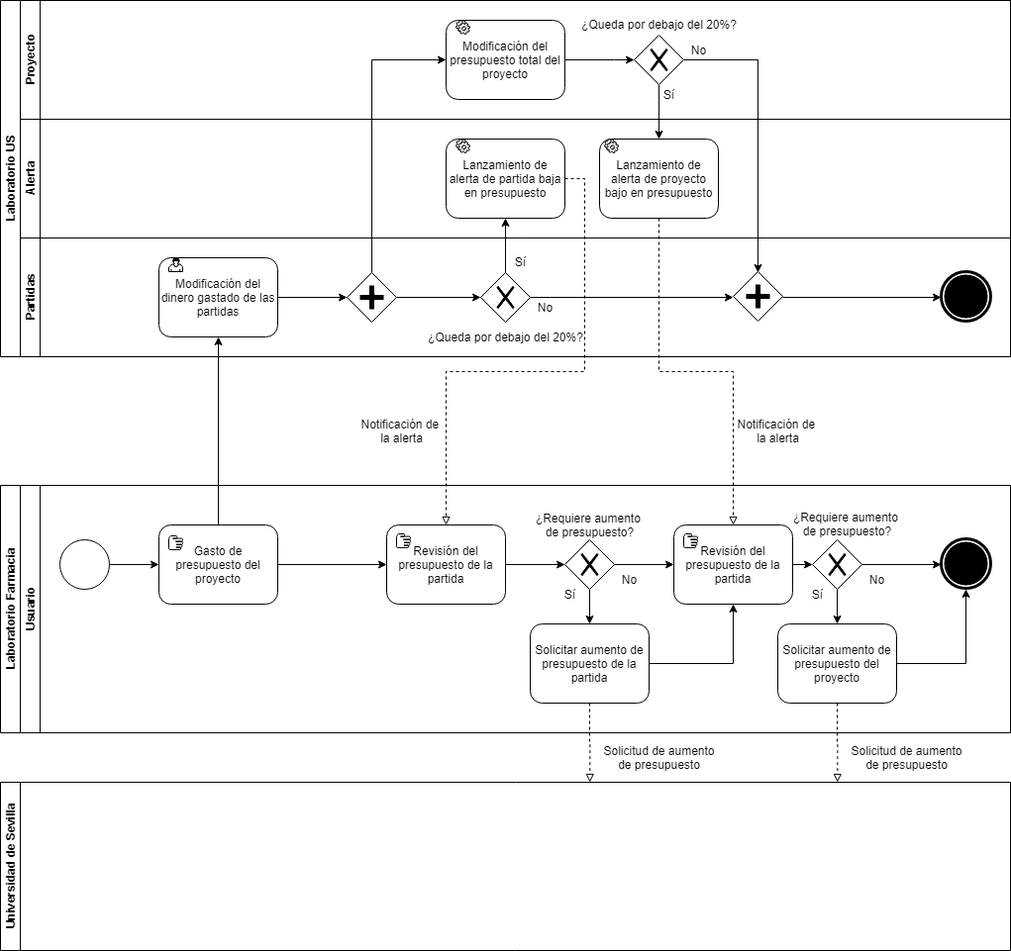
Franbr31/IR-project keeps this draw.io diagram as Imágenes BPMN/ModificarPartidaAlGastarBPMN-Implantar.png. Above is the earlier version. Source tidied: cells renumbered, new cells last; positions are measured from the earlier drawing's top-left corner, leaving out a move shared by most shapes.
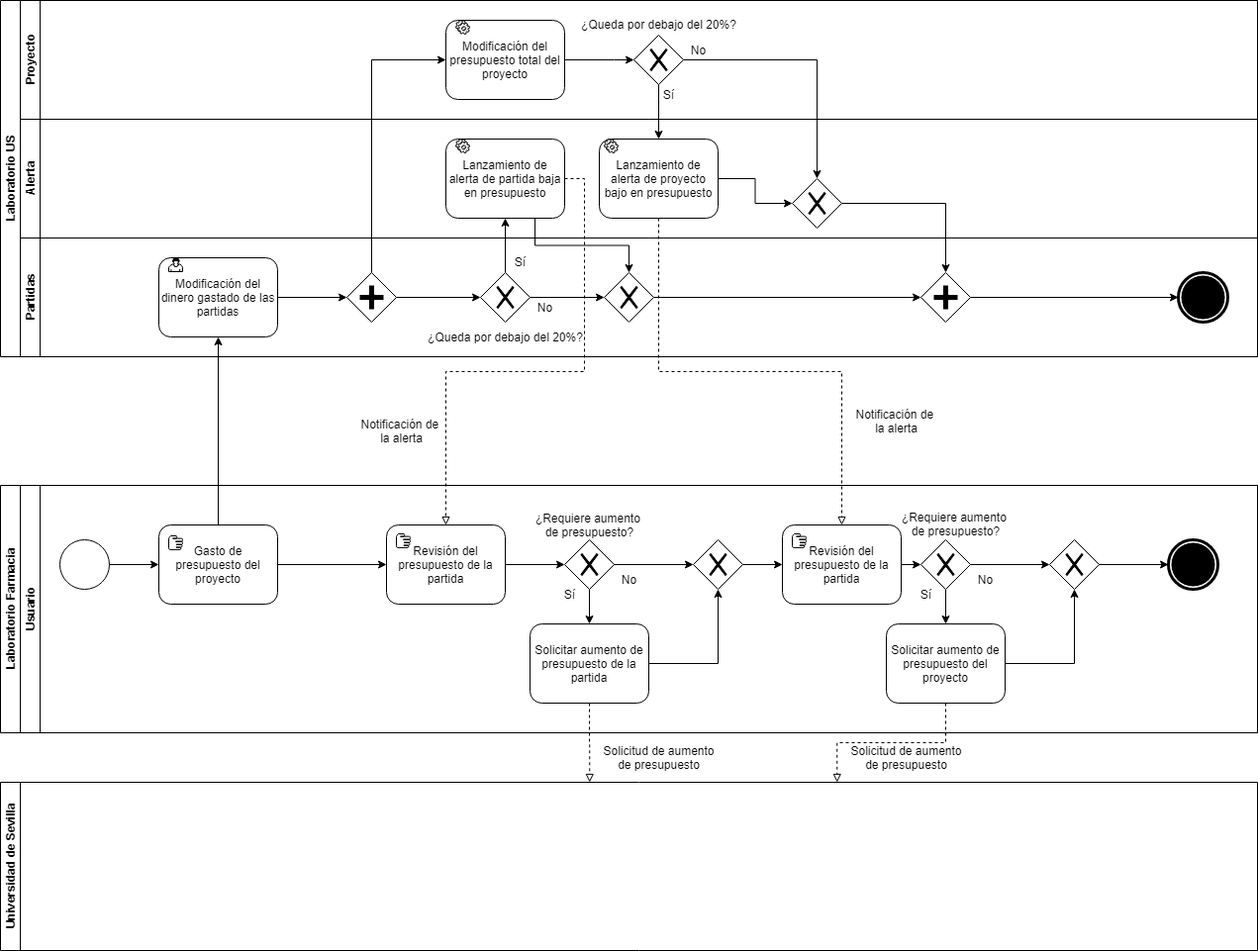
The same diagram one commit later.

The edit, as a diff of the source:
```diff
@@ -3,7 +3,7 @@
     <mxCell id="0" />
     <mxCell id="1" parent="0" />
     <mxCell id="2" value="Laboratorio US" style="swimlane;html=1;horizontal=0;startSize=20;" parent="1" vertex="1">
-      <mxGeometry width="1020" height="360" as="geometry" />
+      <mxGeometry width="1270" height="360" as="geometry" />
     </mxCell>
     <mxCell id="3" style="edgeStyle=orthogonalEdgeStyle;rounded=0;jettySize=auto;html=1;exitX=0.5;exitY=0;exitDx=0;exitDy=0;entryX=0.5;entryY=1;entryDx=0;entryDy=0;" parent="2" edge="1" target="13">
       <mxGeometry relative="1" as="geometry">
@@ -11,7 +11,7 @@
       </mxGeometry>
     </mxCell>
     <mxCell id="4" value="Proyecto" style="swimlane;html=1;startSize=20;horizontal=0;" parent="2" vertex="1">
-      <mxGeometry x="20" width="1000" height="120" as="geometry" />
+      <mxGeometry x="20" width="1250" height="120" as="geometry" />
     </mxCell>
     <mxCell id="5" style="edgeStyle=orthogonalEdgeStyle;rounded=0;jettySize=auto;html=1;exitX=1;exitY=0.5;exitDx=0;exitDy=0;" parent="4" edge="1" source="6">
       <mxGeometry relative="1" as="geometry">
@@ -41,7 +41,7 @@
       <mxGeometry x="620" y="35" width="50" height="50" as="geometry" />
     </mxCell>
     <mxCell id="12" value="Alerta" style="swimlane;html=1;startSize=20;horizontal=0;" parent="2" vertex="1">
-      <mxGeometry x="20" y="120" width="1000" height="120" as="geometry" />
+      <mxGeometry x="20" y="120" width="1250" height="120" as="geometry" />
     </mxCell>
     <mxCell id="13" value="Lanzamiento de alerta de partida baja en presupuesto" style="shape=ext;rounded=1;html=1;whiteSpace=wrap;" parent="12" vertex="1">
       <mxGeometry x="430" y="20" width="120" height="80" as="geometry" />
@@ -55,8 +55,14 @@
     <mxCell id="16" style="shape=mxgraph.bpmn.service_task;html=1;" parent="12" vertex="1">
       <mxGeometry x="590" y="20" width="14" height="14" as="geometry" />
     </mxCell>
+    <mxCell id="74" style="shape=mxgraph.bpmn.shape;html=1;verticalLabelPosition=bottom;labelBackgroundColor=#ffffff;verticalAlign=top;align=center;perimeter=rhombusPerimeter;background=gateway;outlineConnect=0;outline=none;symbol=exclusiveGw;" parent="12" vertex="1">
+      <mxGeometry x="780" y="60" width="50" height="50" as="geometry" />
+    </mxCell>
+    <mxCell id="75" style="edgeStyle=orthogonalEdgeStyle;rounded=0;jettySize=auto;html=1;exitX=1;exitY=0.5;exitDx=0;exitDy=0;entryX=0;entryY=0.5;entryDx=0;entryDy=0;" parent="12" edge="1" source="15" target="74">
+      <mxGeometry relative="1" as="geometry" />
+    </mxCell>
     <mxCell id="17" value="Partidas" style="swimlane;html=1;startSize=20;horizontal=0;" parent="2" vertex="1">
-      <mxGeometry x="20" y="240" width="1000" height="120" as="geometry" />
+      <mxGeometry x="20" y="240" width="1250" height="120" as="geometry" />
     </mxCell>
     <mxCell id="18" style="edgeStyle=orthogonalEdgeStyle;rounded=0;jettySize=auto;html=1;exitX=1;exitY=0.5;exitDx=0;exitDy=0;entryX=0;entryY=0.5;entryDx=0;entryDy=0;" parent="17" edge="1" source="19">
       <mxGeometry relative="1" as="geometry">
@@ -69,24 +75,12 @@
     <mxCell id="20" style="shape=mxgraph.bpmn.user_task;html=1;" parent="17" vertex="1">
       <mxGeometry x="150" y="20" width="14" height="14" as="geometry" />
     </mxCell>
-    <mxCell id="21" style="edgeStyle=orthogonalEdgeStyle;rounded=0;orthogonalLoop=1;jettySize=auto;html=1;exitX=1;exitY=0.5;exitDx=0;exitDy=0;entryX=0;entryY=0.5;entryDx=0;entryDy=0;" parent="17" edge="1">
-      <mxGeometry relative="1" as="geometry">
-        <mxPoint x="515" y="60" as="sourcePoint" />
-        <mxPoint x="720" y="60" as="targetPoint" />
-      </mxGeometry>
-    </mxCell>
     <mxCell id="22" style="edgeStyle=orthogonalEdgeStyle;rounded=0;orthogonalLoop=1;jettySize=auto;html=1;exitX=1;exitY=0.5;exitDx=0;exitDy=0;" parent="17" edge="1">
       <mxGeometry relative="1" as="geometry">
         <mxPoint x="380" y="60" as="sourcePoint" />
         <mxPoint x="465" y="60" as="targetPoint" />
       </mxGeometry>
     </mxCell>
-    <mxCell id="23" style="edgeStyle=orthogonalEdgeStyle;rounded=0;orthogonalLoop=1;jettySize=auto;html=1;exitX=1;exitY=0.5;exitDx=0;exitDy=0;entryX=0;entryY=0.5;entryDx=0;entryDy=0;" parent="17" edge="1">
-      <mxGeometry relative="1" as="geometry">
-        <mxPoint x="770" y="60" as="sourcePoint" />
-        <mxPoint x="930" y="60" as="targetPoint" />
-      </mxGeometry>
-    </mxCell>
     <mxCell id="24" value="¿Queda por debajo del 20%?" style="text;html=1;align=center;verticalAlign=middle;" parent="17" vertex="1">
       <mxGeometry x="405" y="90" width="170" height="20" as="geometry" />
     </mxCell>
@@ -97,17 +91,29 @@
       <mxGeometry x="515" y="60" width="30" height="20" as="geometry" />
     </mxCell>
     <mxCell id="27" style="shape=mxgraph.bpmn.shape;html=1;verticalLabelPosition=bottom;labelBackgroundColor=#ffffff;verticalAlign=top;align=center;perimeter=ellipsePerimeter;outlineConnect=0;outline=end;symbol=terminate;" parent="17" vertex="1">
-      <mxGeometry x="930" y="34" width="50" height="50" as="geometry" />
+      <mxGeometry x="1170" y="35" width="50" height="50" as="geometry" />
     </mxCell>
+    <mxCell id="76" style="edgeStyle=orthogonalEdgeStyle;rounded=0;jettySize=auto;html=1;exitX=1;exitY=0.5;exitDx=0;exitDy=0;entryX=0;entryY=0.5;entryDx=0;entryDy=0;" parent="17" edge="1" source="28" target="79">
+      <mxGeometry relative="1" as="geometry" />
+    </mxCell>
     <mxCell id="28" style="shape=mxgraph.bpmn.shape;html=1;verticalLabelPosition=bottom;labelBackgroundColor=#ffffff;verticalAlign=top;align=center;perimeter=rhombusPerimeter;background=gateway;outlineConnect=0;outline=none;symbol=exclusiveGw;" parent="17" vertex="1">
       <mxGeometry x="465" y="35" width="50" height="50" as="geometry" />
     </mxCell>
     <mxCell id="29" style="shape=mxgraph.bpmn.shape;html=1;verticalLabelPosition=bottom;labelBackgroundColor=#ffffff;verticalAlign=top;align=center;perimeter=rhombusPerimeter;background=gateway;outline=none;symbol=parallelGw;" parent="17" vertex="1">
       <mxGeometry x="330" y="35" width="50" height="50" as="geometry" />
     </mxCell>
+    <mxCell id="77" style="edgeStyle=orthogonalEdgeStyle;rounded=0;jettySize=auto;html=1;exitX=1;exitY=0.5;exitDx=0;exitDy=0;entryX=0;entryY=0.5;entryDx=0;entryDy=0;" parent="17" edge="1" source="30" target="27">
+      <mxGeometry relative="1" as="geometry" />
+    </mxCell>
     <mxCell id="30" style="shape=mxgraph.bpmn.shape;html=1;verticalLabelPosition=bottom;labelBackgroundColor=#ffffff;verticalAlign=top;align=center;perimeter=rhombusPerimeter;background=gateway;outlineConnect=0;outline=none;symbol=parallelGw;" parent="17" vertex="1">
-      <mxGeometry x="720" y="34" width="50" height="50" as="geometry" />
+      <mxGeometry x="910" y="35" width="50" height="50" as="geometry" />
     </mxCell>
+    <mxCell id="78" style="edgeStyle=orthogonalEdgeStyle;rounded=0;jettySize=auto;html=1;exitX=1;exitY=0.5;exitDx=0;exitDy=0;entryX=0;entryY=0.5;entryDx=0;entryDy=0;" parent="17" edge="1" source="79" target="30">
+      <mxGeometry relative="1" as="geometry" />
+    </mxCell>
+    <mxCell id="79" style="shape=mxgraph.bpmn.shape;html=1;verticalLabelPosition=bottom;labelBackgroundColor=#ffffff;verticalAlign=top;align=center;perimeter=rhombusPerimeter;background=gateway;outlineConnect=0;outline=none;symbol=exclusiveGw;" parent="17" vertex="1">
+      <mxGeometry x="590" y="35" width="50" height="50" as="geometry" />
+    </mxCell>
     <mxCell id="31" style="edgeStyle=orthogonalEdgeStyle;rounded=0;jettySize=auto;html=1;exitX=0.5;exitY=0;exitDx=0;exitDy=0;entryX=0;entryY=0.5;entryDx=0;entryDy=0;" parent="2" edge="1" target="6">
       <mxGeometry relative="1" as="geometry">
         <mxPoint x="375" y="275" as="sourcePoint" />
@@ -121,17 +127,22 @@
         <mxPoint x="665" y="85" as="sourcePoint" />
       </mxGeometry>
     </mxCell>
-    <mxCell id="33" style="edgeStyle=orthogonalEdgeStyle;rounded=0;orthogonalLoop=1;jettySize=auto;html=1;exitX=1;exitY=0.5;exitDx=0;exitDy=0;entryX=0.5;entryY=0;entryDx=0;entryDy=0;" parent="2" edge="1">
+    <mxCell id="33" style="edgeStyle=orthogonalEdgeStyle;rounded=0;jettySize=auto;html=1;exitX=1;exitY=0.5;exitDx=0;exitDy=0;entryX=0.5;entryY=0;entryDx=0;entryDy=0;" parent="2" edge="1" target="74">
       <mxGeometry relative="1" as="geometry">
         <mxPoint x="690" y="60" as="sourcePoint" />
-        <mxPoint x="765" y="275" as="targetPoint" />
       </mxGeometry>
     </mxCell>
+    <mxCell id="80" style="edgeStyle=orthogonalEdgeStyle;rounded=0;jettySize=auto;html=1;exitX=0.75;exitY=1;exitDx=0;exitDy=0;entryX=0.5;entryY=0;entryDx=0;entryDy=0;" parent="2" edge="1" source="13" target="79">
+      <mxGeometry relative="1" as="geometry" />
+    </mxCell>
+    <mxCell id="81" style="edgeStyle=orthogonalEdgeStyle;rounded=0;jettySize=auto;html=1;exitX=1;exitY=0.5;exitDx=0;exitDy=0;entryX=0.5;entryY=0;entryDx=0;entryDy=0;" parent="2" edge="1" source="74" target="30">
+      <mxGeometry relative="1" as="geometry" />
+    </mxCell>
     <mxCell id="34" value="Laboratorio Farmacia" style="swimlane;html=1;horizontal=0;startSize=20;" parent="1" vertex="1">
-      <mxGeometry y="490" width="1020" height="250" as="geometry" />
+      <mxGeometry y="490" width="1270" height="250" as="geometry" />
     </mxCell>
     <mxCell id="35" value="Usuario" style="swimlane;html=1;startSize=20;horizontal=0;" parent="34" vertex="1">
-      <mxGeometry x="20" width="1000" height="250" as="geometry" />
+      <mxGeometry x="20" width="1250" height="250" as="geometry" />
     </mxCell>
     <mxCell id="36" style="edgeStyle=orthogonalEdgeStyle;rounded=0;jettySize=auto;html=1;exitX=1;exitY=0.5;exitDx=0;exitDy=0;entryX=0;entryY=0.5;entryDx=0;entryDy=0;" parent="35" edge="1" target="37">
       <mxGeometry relative="1" as="geometry">
@@ -160,20 +171,15 @@
     </mxCell>
     <mxCell id="43" style="edgeStyle=orthogonalEdgeStyle;rounded=0;jettySize=auto;html=1;exitX=1;exitY=0.5;exitDx=0;exitDy=0;entryX=0;entryY=0.5;entryDx=0;entryDy=0;endArrow=classic;endFill=1;" parent="35" edge="1" source="44">
       <mxGeometry relative="1" as="geometry">
-        <mxPoint x="800" y="80" as="targetPoint" />
+        <mxPoint x="910" y="80" as="targetPoint" />
       </mxGeometry>
     </mxCell>
     <mxCell id="44" value="Revisión del presupuesto de la partida" style="shape=ext;rounded=1;html=1;whiteSpace=wrap;" parent="35" vertex="1">
-      <mxGeometry x="660" y="40" width="120" height="80" as="geometry" />
+      <mxGeometry x="770" y="40" width="120" height="80" as="geometry" />
     </mxCell>
     <mxCell id="45" style="shape=mxgraph.bpmn.manual_task;html=1;" parent="35" vertex="1">
-      <mxGeometry x="670" y="49" width="14" height="14" as="geometry" />
+      <mxGeometry x="780" y="49" width="14" height="14" as="geometry" />
     </mxCell>
-    <mxCell id="46" style="edgeStyle=orthogonalEdgeStyle;rounded=0;jettySize=auto;html=1;exitX=1;exitY=0.5;exitDx=0;exitDy=0;entryX=0;entryY=0.5;entryDx=0;entryDy=0;endArrow=classic;endFill=1;" parent="35" edge="1" target="44">
-      <mxGeometry relative="1" as="geometry">
-        <mxPoint x="600" y="80" as="sourcePoint" />
-      </mxGeometry>
-    </mxCell>
     <mxCell id="47" style="edgeStyle=orthogonalEdgeStyle;rounded=0;jettySize=auto;html=1;exitX=0.5;exitY=1;exitDx=0;exitDy=0;entryX=0.5;entryY=0;entryDx=0;entryDy=0;endArrow=classic;endFill=1;" parent="35" edge="1" target="51">
       <mxGeometry relative="1" as="geometry">
         <mxPoint x="575" y="105" as="sourcePoint" />
@@ -181,31 +187,31 @@
     </mxCell>
     <mxCell id="48" style="edgeStyle=orthogonalEdgeStyle;rounded=0;orthogonalLoop=1;jettySize=auto;html=1;exitX=1;exitY=0.5;exitDx=0;exitDy=0;entryX=0;entryY=0.5;entryDx=0;entryDy=0;endArrow=classic;endFill=1;" parent="35" edge="1">
       <mxGeometry relative="1" as="geometry">
-        <mxPoint x="850" y="80" as="sourcePoint" />
-        <mxPoint x="930" y="80" as="targetPoint" />
+        <mxPoint x="960" y="80" as="sourcePoint" />
+        <mxPoint x="1040" y="80" as="targetPoint" />
       </mxGeometry>
     </mxCell>
     <mxCell id="49" style="edgeStyle=orthogonalEdgeStyle;rounded=0;jettySize=auto;html=1;exitX=0.5;exitY=1;exitDx=0;exitDy=0;entryX=0.5;entryY=0;entryDx=0;entryDy=0;endArrow=classic;endFill=1;" parent="35" edge="1" target="53">
       <mxGeometry relative="1" as="geometry">
-        <mxPoint x="825" y="105" as="sourcePoint" />
+        <mxPoint x="935" y="105" as="sourcePoint" />
       </mxGeometry>
     </mxCell>
-    <mxCell id="50" style="edgeStyle=orthogonalEdgeStyle;rounded=0;jettySize=auto;html=1;exitX=1;exitY=0.5;exitDx=0;exitDy=0;entryX=0.5;entryY=1;entryDx=0;entryDy=0;endArrow=classic;endFill=1;" parent="35" edge="1" source="51" target="44">
-      <mxGeometry relative="1" as="geometry" />
-    </mxCell>
+    <mxCell id="82" style="edgeStyle=orthogonalEdgeStyle;rounded=0;jettySize=auto;html=1;exitX=1;exitY=0.5;exitDx=0;exitDy=0;entryX=0.5;entryY=1;entryDx=0;entryDy=0;" parent="35" edge="1" source="51" target="85">
+      <mxGeometry relative="1" as="geometry" />
+    </mxCell>
     <mxCell id="51" value="Solicitar aumento de presupuesto de la partida" style="shape=ext;rounded=1;html=1;whiteSpace=wrap;" parent="35" vertex="1">
       <mxGeometry x="515" y="140" width="120" height="80" as="geometry" />
     </mxCell>
     <mxCell id="52" style="edgeStyle=orthogonalEdgeStyle;rounded=0;jettySize=auto;html=1;exitX=1;exitY=0.5;exitDx=0;exitDy=0;entryX=0.5;entryY=1;entryDx=0;entryDy=0;endArrow=classic;endFill=1;" parent="35" edge="1" source="53">
       <mxGeometry relative="1" as="geometry">
-        <mxPoint x="955" y="105" as="targetPoint" />
+        <mxPoint x="1065" y="105" as="targetPoint" />
       </mxGeometry>
     </mxCell>
     <mxCell id="53" value="Solicitar aumento de presupuesto del proyecto" style="shape=ext;rounded=1;html=1;whiteSpace=wrap;" parent="35" vertex="1">
-      <mxGeometry x="765" y="140" width="120" height="80" as="geometry" />
+      <mxGeometry x="875" y="140" width="120" height="80" as="geometry" />
     </mxCell>
     <mxCell id="54" value="¿Requiere aumento &lt;br&gt;de presupuesto?" style="text;html=1;align=center;verticalAlign=middle;" parent="35" vertex="1">
-      <mxGeometry x="775" y="24" width="120" height="30" as="geometry" />
+      <mxGeometry x="885" y="24" width="120" height="30" as="geometry" />
     </mxCell>
     <mxCell id="55" value="¿Requiere aumento &lt;br&gt;de presupuesto?" style="text;html=1;align=center;verticalAlign=middle;" parent="35" vertex="1">
       <mxGeometry x="515" y="25" width="120" height="30" as="geometry" />
@@ -214,10 +220,10 @@
       <mxGeometry x="600" y="85" width="30" height="20" as="geometry" />
     </mxCell>
     <mxCell id="57" value="No" style="text;html=1;align=center;verticalAlign=middle;" parent="35" vertex="1">
-      <mxGeometry x="850" y="85" width="30" height="20" as="geometry" />
+      <mxGeometry x="960" y="85" width="30" height="20" as="geometry" />
     </mxCell>
     <mxCell id="58" value="Sí" style="text;html=1;align=center;verticalAlign=middle;" parent="35" vertex="1">
-      <mxGeometry x="790" y="100" width="30" height="20" as="geometry" />
+      <mxGeometry x="900" y="100" width="30" height="20" as="geometry" />
     </mxCell>
     <mxCell id="59" value="Sí" style="text;html=1;align=center;verticalAlign=middle;" parent="35" vertex="1">
       <mxGeometry x="540" y="100" width="30" height="20" as="geometry" />
@@ -226,14 +232,29 @@
       <mxGeometry x="40" y="55" width="50" height="50" as="geometry" />
     </mxCell>
     <mxCell id="61" style="shape=mxgraph.bpmn.shape;html=1;verticalLabelPosition=bottom;labelBackgroundColor=#ffffff;verticalAlign=top;align=center;perimeter=ellipsePerimeter;outlineConnect=0;outline=end;symbol=terminate;" parent="35" vertex="1">
-      <mxGeometry x="930" y="54" width="50" height="50" as="geometry" />
+      <mxGeometry x="1160" y="55" width="50" height="50" as="geometry" />
     </mxCell>
+    <mxCell id="83" style="edgeStyle=orthogonalEdgeStyle;rounded=0;jettySize=auto;html=1;exitX=1;exitY=0.5;exitDx=0;exitDy=0;" parent="35" edge="1" source="62" target="85">
+      <mxGeometry relative="1" as="geometry" />
+    </mxCell>
     <mxCell id="62" style="shape=mxgraph.bpmn.shape;html=1;verticalLabelPosition=bottom;labelBackgroundColor=#ffffff;verticalAlign=top;align=center;perimeter=rhombusPerimeter;background=gateway;outlineConnect=0;outline=none;symbol=exclusiveGw;" parent="35" vertex="1">
       <mxGeometry x="550" y="55" width="50" height="50" as="geometry" />
     </mxCell>
     <mxCell id="63" style="shape=mxgraph.bpmn.shape;html=1;verticalLabelPosition=bottom;labelBackgroundColor=#ffffff;verticalAlign=top;align=center;perimeter=rhombusPerimeter;background=gateway;outline=none;symbol=exclusiveGw;" parent="35" vertex="1">
-      <mxGeometry x="800" y="55" width="50" height="50" as="geometry" />
+      <mxGeometry x="910" y="55" width="50" height="50" as="geometry" />
     </mxCell>
+    <mxCell id="84" style="edgeStyle=orthogonalEdgeStyle;rounded=0;jettySize=auto;html=1;exitX=1;exitY=0.5;exitDx=0;exitDy=0;entryX=0;entryY=0.5;entryDx=0;entryDy=0;" parent="35" edge="1" source="85" target="44">
+      <mxGeometry relative="1" as="geometry" />
+    </mxCell>
+    <mxCell id="85" style="shape=mxgraph.bpmn.shape;html=1;verticalLabelPosition=bottom;labelBackgroundColor=#ffffff;verticalAlign=top;align=center;perimeter=rhombusPerimeter;background=gateway;outlineConnect=0;outline=none;symbol=exclusiveGw;" parent="35" vertex="1">
+      <mxGeometry x="680" y="55" width="50" height="50" as="geometry" />
+    </mxCell>
+    <mxCell id="86" style="edgeStyle=orthogonalEdgeStyle;rounded=0;jettySize=auto;html=1;exitX=1;exitY=0.5;exitDx=0;exitDy=0;entryX=0;entryY=0.5;entryDx=0;entryDy=0;" parent="35" edge="1" source="87" target="61">
+      <mxGeometry relative="1" as="geometry" />
+    </mxCell>
+    <mxCell id="87" style="shape=mxgraph.bpmn.shape;html=1;verticalLabelPosition=bottom;labelBackgroundColor=#ffffff;verticalAlign=top;align=center;perimeter=rhombusPerimeter;background=gateway;outlineConnect=0;outline=none;symbol=exclusiveGw;" parent="35" vertex="1">
+      <mxGeometry x="1040" y="55" width="50" height="50" as="geometry" />
+    </mxCell>
     <mxCell id="64" style="edgeStyle=orthogonalEdgeStyle;rounded=0;jettySize=auto;html=1;exitX=0.5;exitY=0;exitDx=0;exitDy=0;entryX=0.5;entryY=1;entryDx=0;entryDy=0;" parent="1" edge="1" source="37" target="19">
       <mxGeometry relative="1" as="geometry" />
     </mxCell>
@@ -247,10 +268,10 @@
       <mxGeometry x="360" y="420" width="90" height="30" as="geometry" />
     </mxCell>
     <mxCell id="68" value="Notificación de &lt;br&gt;la alerta" style="text;html=1;align=center;verticalAlign=middle;" parent="1" vertex="1">
-      <mxGeometry x="740" y="420" width="90" height="30" as="geometry" />
+      <mxGeometry x="860" y="410" width="90" height="30" as="geometry" />
     </mxCell>
     <mxCell id="69" value="Universidad de Sevilla" style="swimlane;html=1;horizontal=0;startSize=20;" parent="1" vertex="1">
-      <mxGeometry y="790" width="1020" height="170" as="geometry" />
+      <mxGeometry y="790" width="1270" height="170" as="geometry" />
     </mxCell>
     <mxCell id="70" style="edgeStyle=orthogonalEdgeStyle;rounded=0;jettySize=auto;html=1;exitX=0.5;exitY=1;exitDx=0;exitDy=0;endArrow=block;endFill=0;dashed=1;" parent="1" edge="1" source="51">
       <mxGeometry relative="1" as="geometry">
```
